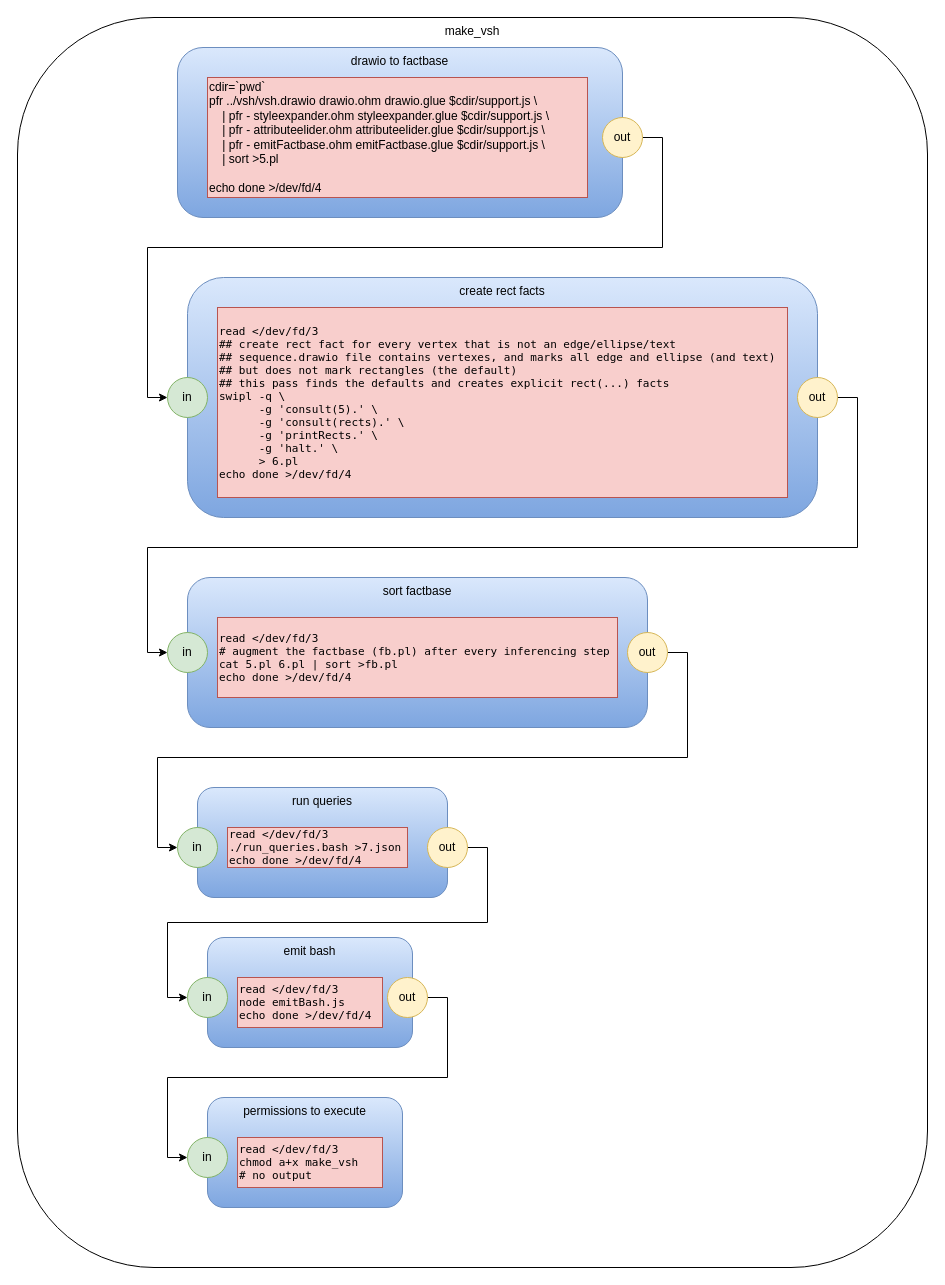
Earlier version of the draw.io diagram vsh.drawio (guitarvydas/vsh). Source tidied: cells renumbered, new cells numbered last; positions are measured from the earlier drawing's top-left corner, leaving out a move shared by most shapes. Both pictures are drawn from the tidied source at 100%, with x=0, y=0 at pixel (17, 17).
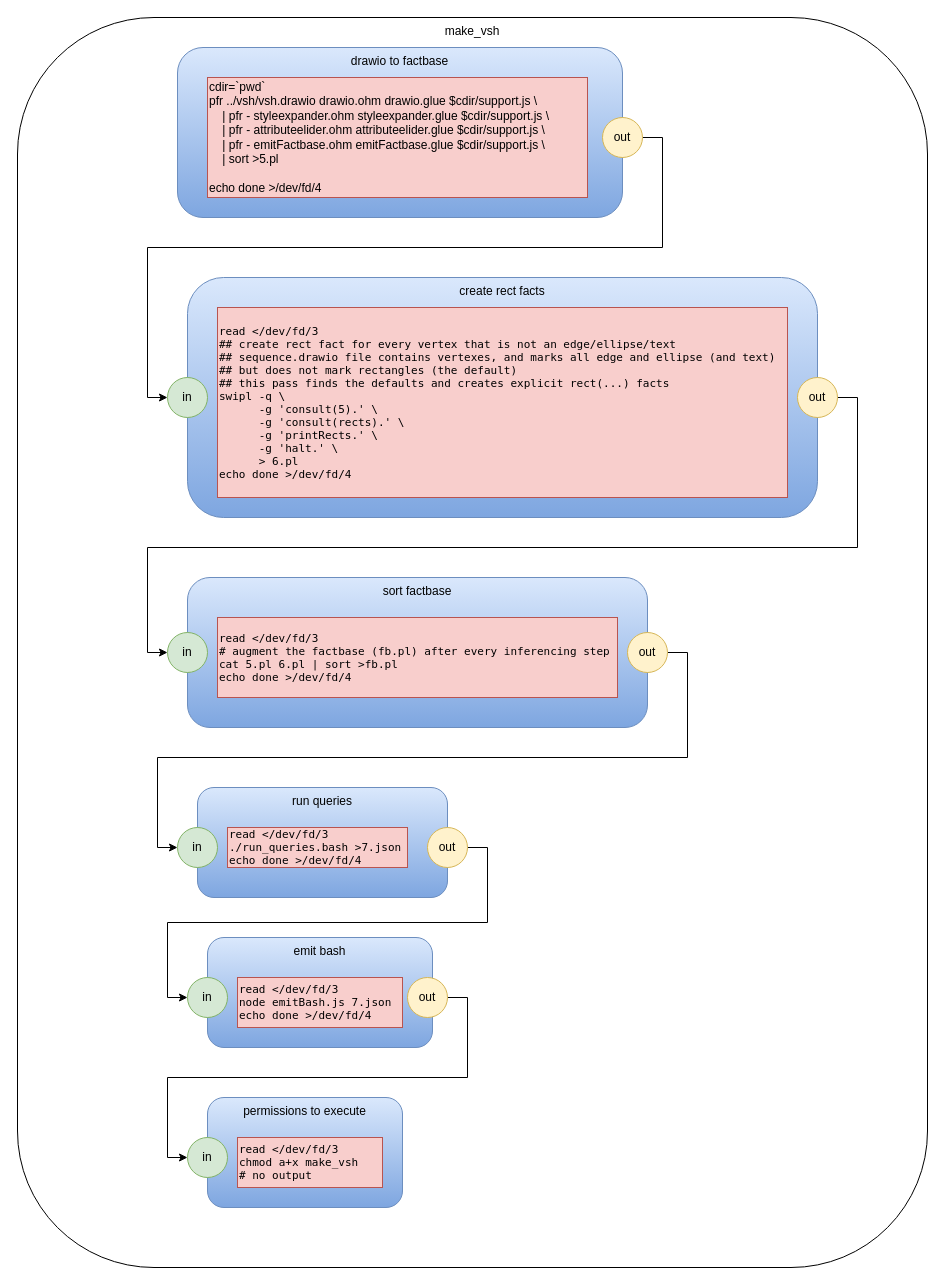
After the change.

What changed in the source:
```diff
@@
     <mxCell id="22" value="emit bash" style="rounded=1;whiteSpace=wrap;html=1;gradientColor=#7ea6e0;fillColor=#dae8fc;strokeColor=#6c8ebf;verticalAlign=top;" parent="1" vertex="1">
-      <mxGeometry x="190" y="920" width="205" height="110" as="geometry" />
+      <mxGeometry x="190" y="920" width="225" height="110" as="geometry" />
     </mxCell>
@@
     <mxCell id="24" value="out" style="ellipse;whiteSpace=wrap;html=1;fillColor=#fff2cc;strokeColor=#d6b656;" parent="1" vertex="1">
-      <mxGeometry x="370" y="960" width="40" height="40" as="geometry" />
+      <mxGeometry x="390" y="960" width="40" height="40" as="geometry" />
     </mxCell>
@@
-    <mxCell id="26" value="&lt;p class=&quot;p1&quot; style=&quot;margin: 0px ; font-stretch: normal ; font-size: 11px ; line-height: normal ; font-family: &amp;#34;menlo&amp;#34;&quot;&gt;&lt;span class=&quot;s1&quot;&gt;read &amp;lt;/dev/fd/3&lt;/span&gt;&lt;/p&gt;&lt;p class=&quot;p1&quot; style=&quot;margin: 0px ; font-stretch: normal ; font-size: 11px ; line-height: normal ; font-family: &amp;#34;menlo&amp;#34;&quot;&gt;&lt;span class=&quot;s1&quot;&gt;node emitBash.js&lt;/span&gt;&lt;/p&gt;&lt;p class=&quot;p1&quot; style=&quot;margin: 0px ; font-stretch: normal ; font-size: 11px ; line-height: normal ; font-family: &amp;#34;menlo&amp;#34;&quot;&gt;&lt;span class=&quot;s1&quot;&gt;echo done &amp;gt;/dev/fd/4&lt;br&gt;&lt;/span&gt;&lt;/p&gt;" style="rounded=0;whiteSpace=wrap;html=1;fillColor=#f8cecc;strokeColor=#b85450;align=left;" parent="1" vertex="1">
-      <mxGeometry x="220" y="960" width="145" height="50" as="geometry" />
+    <mxCell id="26" value="&lt;p class=&quot;p1&quot; style=&quot;margin: 0px ; font-stretch: normal ; font-size: 11px ; line-height: normal ; font-family: &amp;#34;menlo&amp;#34;&quot;&gt;&lt;span class=&quot;s1&quot;&gt;read &amp;lt;/dev/fd/3&lt;/span&gt;&lt;/p&gt;&lt;p class=&quot;p1&quot; style=&quot;margin: 0px ; font-stretch: normal ; font-size: 11px ; line-height: normal ; font-family: &amp;#34;menlo&amp;#34;&quot;&gt;&lt;span class=&quot;s1&quot;&gt;node emitBash.js 7.json&lt;/span&gt;&lt;/p&gt;&lt;p class=&quot;p1&quot; style=&quot;margin: 0px ; font-stretch: normal ; font-size: 11px ; line-height: normal ; font-family: &amp;#34;menlo&amp;#34;&quot;&gt;&lt;span class=&quot;s1&quot;&gt;echo done &amp;gt;/dev/fd/4&lt;br&gt;&lt;/span&gt;&lt;/p&gt;" style="rounded=0;whiteSpace=wrap;html=1;fillColor=#f8cecc;strokeColor=#b85450;align=left;" parent="1" vertex="1">
+      <mxGeometry x="220" y="960" width="165" height="50" as="geometry" />
     </mxCell>
```
